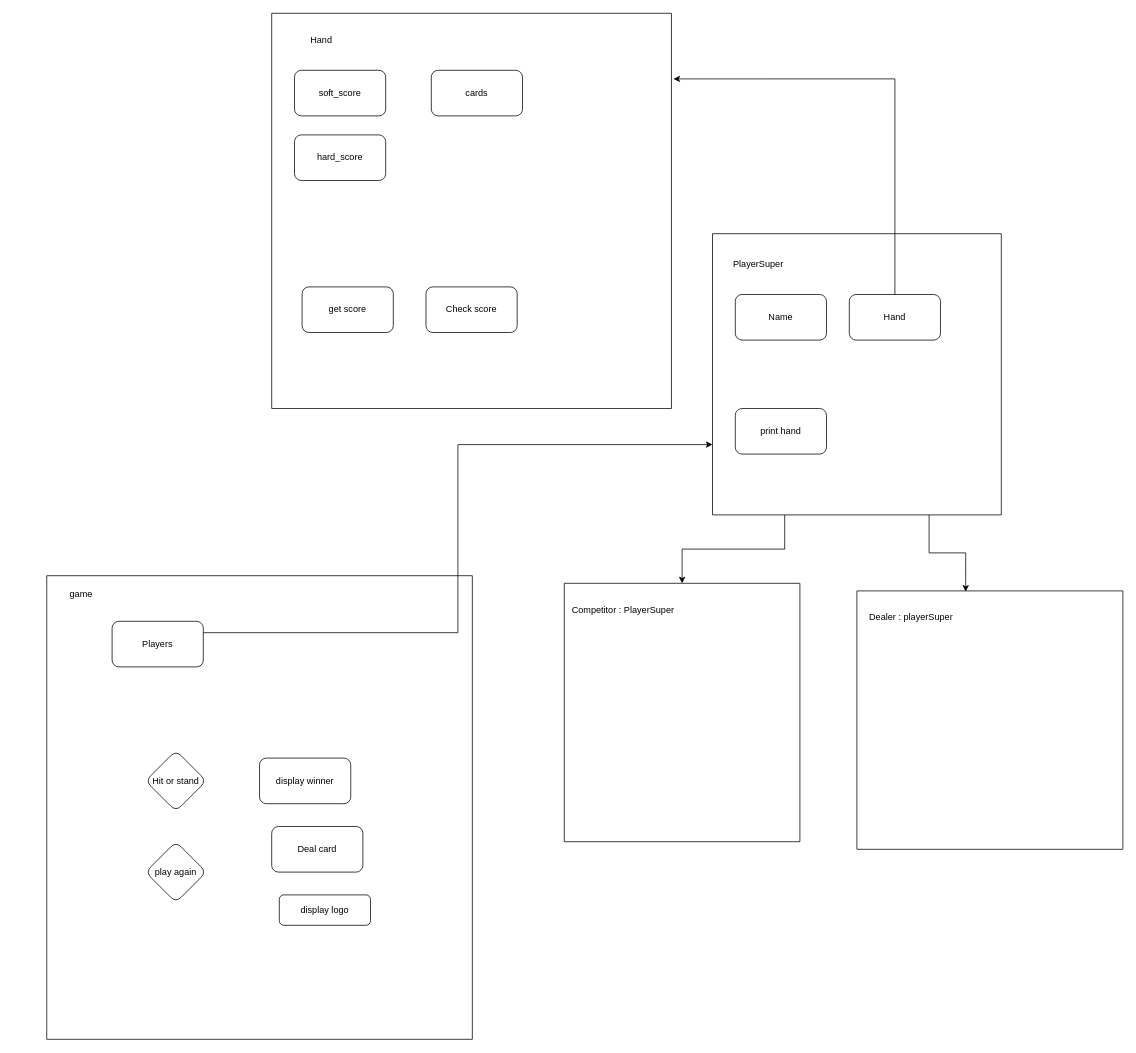
Before: drawings/blackjack_classes.drawio in funkimunky/blackjack, a draw.io diagram. Source tidied: cells renumbered, new cells numbered last; positions are measured from the earlier drawing's top-left corner, leaving out a move shared by most shapes. Both pictures are drawn from the tidied source at 76%, with x=0, y=0 at pixel (46, 13).
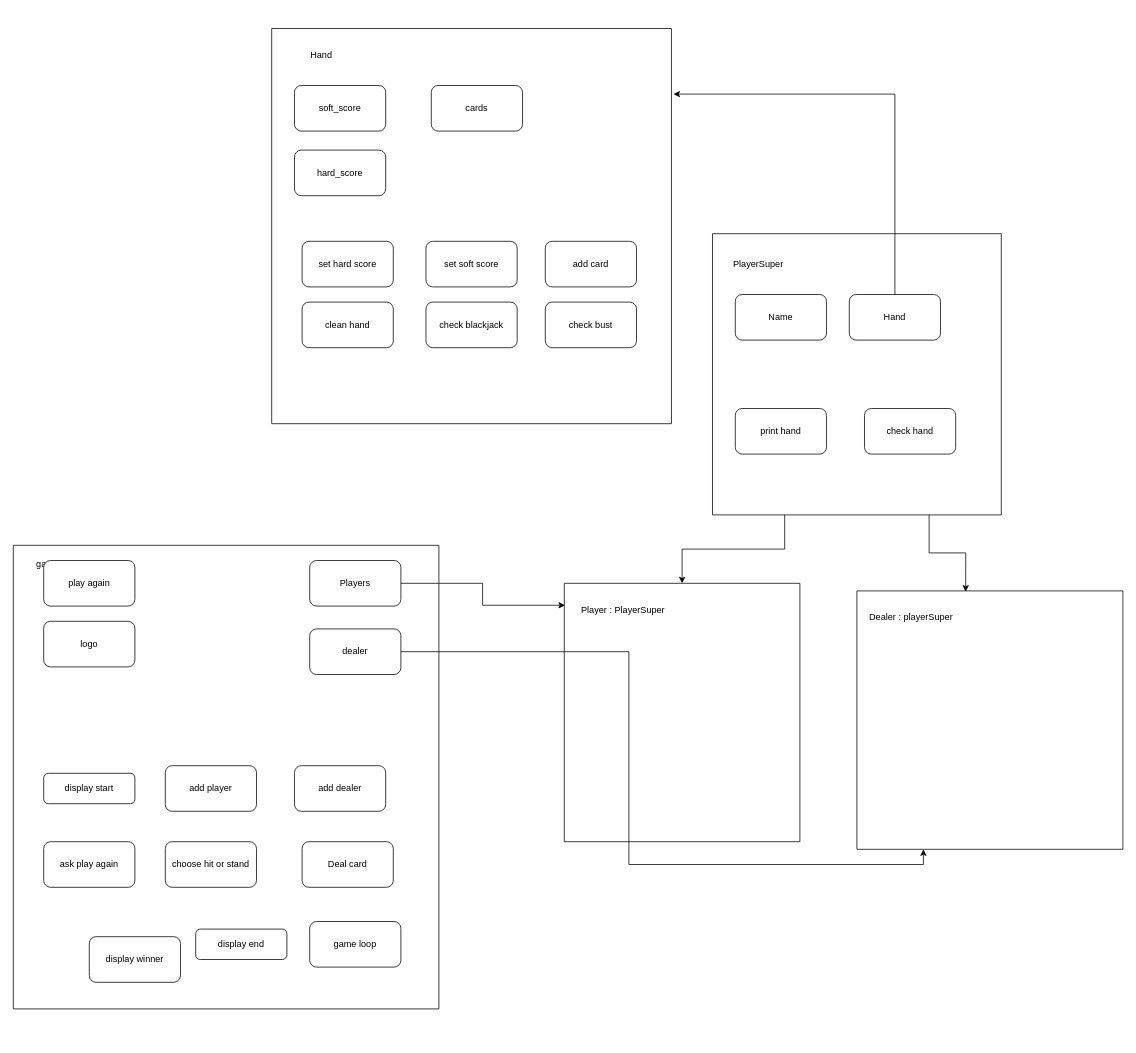
The same page after the edit.

The change refers to these unchanged cells:
```xml
<mxCell id="10" style="swimlane;startSize=0;" parent="1" vertex="1">
  <mxGeometry x="681" y="750" width="310" height="340" as="geometry" />
</mxCell>
<mxCell id="19" style="swimlane;startSize=0;" parent="1" vertex="1">
  <mxGeometry x="1066" y="760" width="350" height="340" as="geometry" />
</mxCell>
<mxCell id="23" style="swimlane;startSize=0;" parent="1" vertex="1">
  <mxGeometry x="876" y="290" width="380" height="370" as="geometry" />
</mxCell>
```

The edit, as a diff of the source:
```diff
@@
     <mxCell id="2" style="swimlane;startSize=0;" parent="1" vertex="1">
-      <mxGeometry y="740" width="560" height="610" as="geometry" />
+      <mxGeometry x="-44" y="700" width="560" height="610" as="geometry" />
     </mxCell>
@@
-    <mxCell id="4" value="display logo" style="rounded=1;whiteSpace=wrap;html=1;fontSize=12;glass=0;strokeWidth=1;shadow=0;" parent="2" vertex="1">
-      <mxGeometry x="306" y="420" width="120" height="40" as="geometry" />
+    <mxCell id="4" value="display start" style="rounded=1;whiteSpace=wrap;html=1;fontSize=12;glass=0;strokeWidth=1;shadow=0;" parent="2" vertex="1">
+      <mxGeometry x="40" y="300" width="120" height="40" as="geometry" />
     </mxCell>
     <mxCell id="5" value="Players" style="rounded=1;whiteSpace=wrap;html=1;" parent="2" vertex="1">
-      <mxGeometry x="86" y="60" width="120" height="60" as="geometry" />
+      <mxGeometry x="390" y="20" width="120" height="60" as="geometry" />
     </mxCell>
-    <mxCell id="6" value="Hit or stand" style="rhombus;whiteSpace=wrap;html=1;rounded=1;glass=0;strokeWidth=1;shadow=0;" parent="2" vertex="1">
-      <mxGeometry x="130" y="230" width="80" height="80" as="geometry" />
-    </mxCell>
-    <mxCell id="7" value="play again" style="rhombus;whiteSpace=wrap;html=1;rounded=1;glass=0;strokeWidth=1;shadow=0;" parent="2" vertex="1">
-      <mxGeometry x="130" y="350" width="80" height="80" as="geometry" />
-    </mxCell>
     <mxCell id="8" value="display winner" style="rounded=1;whiteSpace=wrap;html=1;" parent="2" vertex="1">
-      <mxGeometry x="280" y="240" width="120" height="60" as="geometry" />
+      <mxGeometry x="100" y="515" width="120" height="60" as="geometry" />
     </mxCell>
     <mxCell id="9" value="Deal card" style="rounded=1;whiteSpace=wrap;html=1;" parent="2" vertex="1">
-      <mxGeometry x="296" y="330" width="120" height="60" as="geometry" />
+      <mxGeometry x="380" y="390" width="120" height="60" as="geometry" />
     </mxCell>
+    <mxCell id="30" value="display end" style="rounded=1;whiteSpace=wrap;html=1;fontSize=12;glass=0;strokeWidth=1;shadow=0;" parent="2" vertex="1">
+      <mxGeometry x="240" y="505" width="120" height="40" as="geometry" />
+    </mxCell>
+    <mxCell id="31" value="ask play again" style="rounded=1;whiteSpace=wrap;html=1;" parent="2" vertex="1">
+      <mxGeometry x="40" y="390" width="120" height="60" as="geometry" />
+    </mxCell>
+    <mxCell id="32" value="choose hit or stand" style="rounded=1;whiteSpace=wrap;html=1;" parent="2" vertex="1">
+      <mxGeometry x="200" y="390" width="120" height="60" as="geometry" />
+    </mxCell>
+    <mxCell id="33" value="dealer" style="rounded=1;whiteSpace=wrap;html=1;" parent="2" vertex="1">
+      <mxGeometry x="390" y="110" width="120" height="60" as="geometry" />
+    </mxCell>
+    <mxCell id="34" value="add player" style="rounded=1;whiteSpace=wrap;html=1;" parent="2" vertex="1">
+      <mxGeometry x="200" y="290" width="120" height="60" as="geometry" />
+    </mxCell>
+    <mxCell id="35" value="add dealer" style="rounded=1;whiteSpace=wrap;html=1;" parent="2" vertex="1">
+      <mxGeometry x="370" y="290" width="120" height="60" as="geometry" />
+    </mxCell>
+    <mxCell id="7" value="play again" style="rounded=1;whiteSpace=wrap;html=1;" parent="2" vertex="1">
+      <mxGeometry x="40" y="20" width="120" height="60" as="geometry" />
+    </mxCell>
+    <mxCell id="36" value="logo" style="rounded=1;whiteSpace=wrap;html=1;" parent="2" vertex="1">
+      <mxGeometry x="40" y="100" width="120" height="60" as="geometry" />
+    </mxCell>
+    <mxCell id="37" value="game loop" style="rounded=1;whiteSpace=wrap;html=1;" parent="2" vertex="1">
+      <mxGeometry x="390" y="495" width="120" height="60" as="geometry" />
+    </mxCell>
@@
-    <mxCell id="11" value="Competitor : PlayerSuper" style="text;html=1;align=center;verticalAlign=middle;strokeColor=none;fillColor=none;" parent="10" vertex="1">
-      <mxGeometry x="-3" y="20" width="160" height="30" as="geometry" />
+    <mxCell id="11" value="Player : PlayerSuper" style="text;html=1;align=center;verticalAlign=middle;strokeColor=none;fillColor=none;" parent="10" vertex="1">
+      <mxGeometry x="12" y="20" width="130" height="30" as="geometry" />
     </mxCell>
     <mxCell id="12" style="swimlane;startSize=0;" parent="1" vertex="1">
-      <mxGeometry x="296" width="526" height="520" as="geometry" />
+      <mxGeometry x="296" y="20" width="526" height="520" as="geometry" />
     </mxCell>
@@
-    <mxCell id="17" value="Check score" style="rounded=1;whiteSpace=wrap;html=1;" parent="12" vertex="1">
-      <mxGeometry x="203" y="360" width="120" height="60" as="geometry" />
-    </mxCell>
-    <mxCell id="18" value="get score" style="rounded=1;whiteSpace=wrap;html=1;" parent="12" vertex="1">
+    <mxCell id="18" value="clean hand" style="rounded=1;whiteSpace=wrap;html=1;" parent="12" vertex="1">
       <mxGeometry x="40" y="360" width="120" height="60" as="geometry" />
     </mxCell>
+    <mxCell id="38" value="check blackjack" style="rounded=1;whiteSpace=wrap;html=1;" parent="12" vertex="1">
+      <mxGeometry x="203" y="360" width="120" height="60" as="geometry" />
+    </mxCell>
+    <mxCell id="39" value="check bust" style="rounded=1;whiteSpace=wrap;html=1;" parent="12" vertex="1">
+      <mxGeometry x="360" y="360" width="120" height="60" as="geometry" />
+    </mxCell>
+    <mxCell id="40" value="set hard score" style="rounded=1;whiteSpace=wrap;html=1;" parent="12" vertex="1">
+      <mxGeometry x="40" y="280" width="120" height="60" as="geometry" />
+    </mxCell>
+    <mxCell id="41" value="set soft score" style="rounded=1;whiteSpace=wrap;html=1;" parent="12" vertex="1">
+      <mxGeometry x="203" y="280" width="120" height="60" as="geometry" />
+    </mxCell>
+    <mxCell id="42" value="add card" style="rounded=1;whiteSpace=wrap;html=1;" parent="12" vertex="1">
+      <mxGeometry x="360" y="280" width="120" height="60" as="geometry" />
+    </mxCell>
@@
+    <mxCell id="17" value="check hand" style="rounded=1;whiteSpace=wrap;html=1;" parent="23" vertex="1">
+      <mxGeometry x="200" y="230" width="120" height="60" as="geometry" />
+    </mxCell>
@@
-    <mxCell id="29" style="edgeStyle=orthogonalEdgeStyle;rounded=0;jettySize=auto;html=1;exitX=1;exitY=0.25;exitDx=0;exitDy=0;entryX=0;entryY=0.75;entryDx=0;entryDy=0;" parent="1" edge="1" source="5" target="23">
-      <mxGeometry relative="1" as="geometry" />
-    </mxCell>
+    <mxCell id="43" style="edgeStyle=orthogonalEdgeStyle;rounded=0;jettySize=auto;html=1;exitX=1;exitY=0.5;exitDx=0;exitDy=0;entryX=0.003;entryY=0.085;entryDx=0;entryDy=0;entryPerimeter=0;" parent="1" edge="1" source="5" target="10">
+      <mxGeometry relative="1" as="geometry" />
+    </mxCell>
+    <mxCell id="44" style="edgeStyle=orthogonalEdgeStyle;rounded=0;jettySize=auto;html=1;exitX=1;exitY=0.5;exitDx=0;exitDy=0;entryX=0.25;entryY=1;entryDx=0;entryDy=0;" parent="1" edge="1" source="33" target="19">
+      <mxGeometry relative="1" as="geometry" />
+    </mxCell>
```
